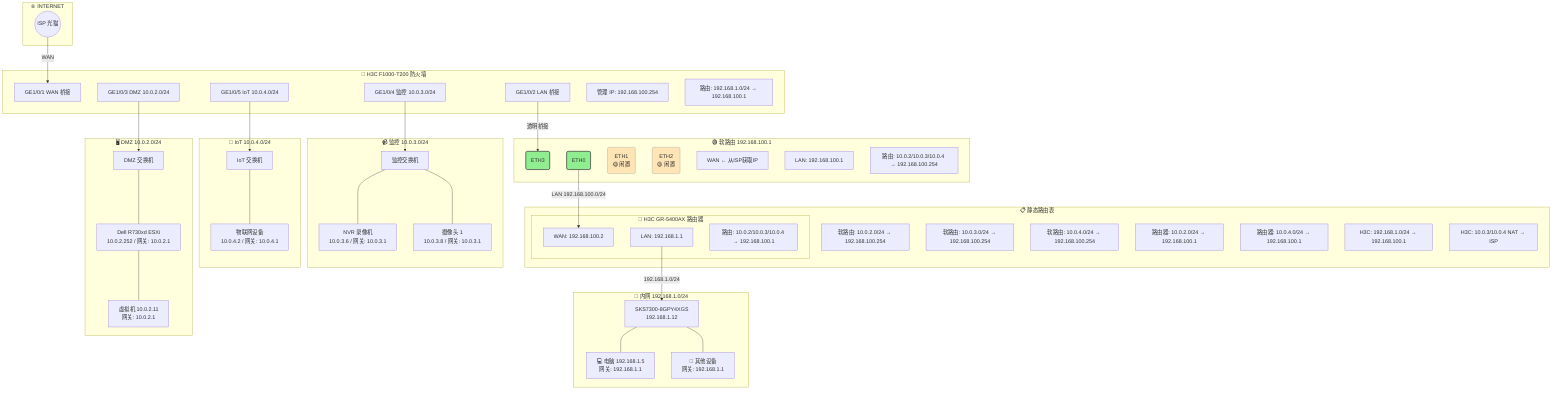
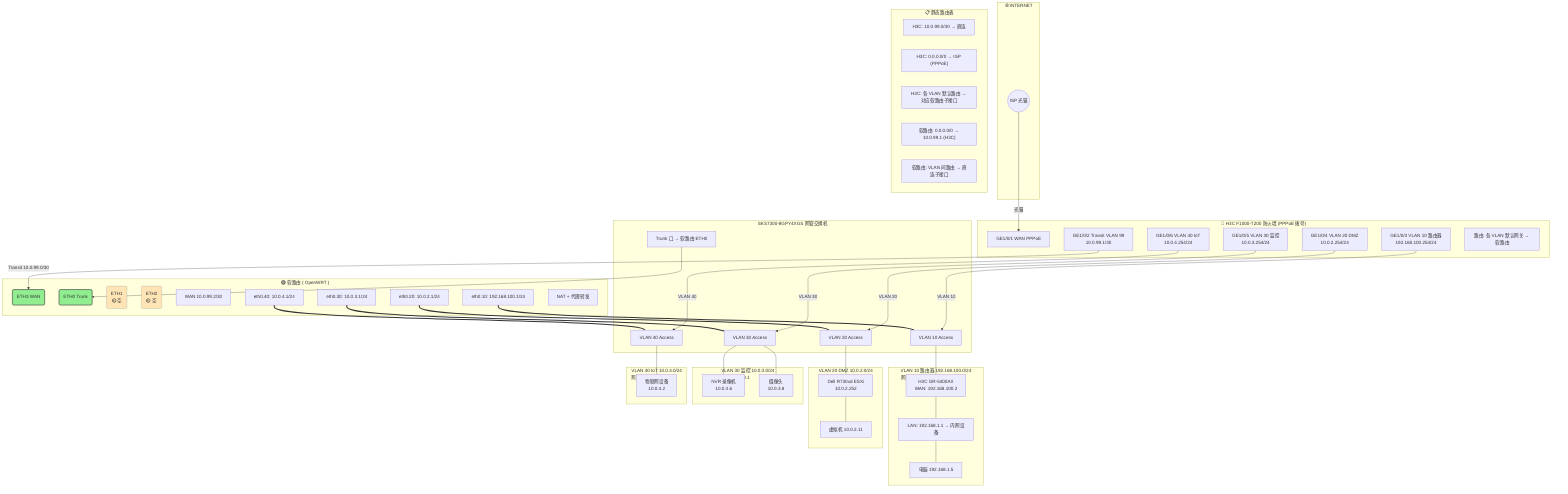
graph TB
    subgraph INTERNET["🌐 INTERNET"]
        ISP(("ISP 光猫"))
    end

-     subgraph FW["🔴 H3C F1000-T200 防火墙"]
-         GE1["GE1/0/1 WAN 桥接"]
-         GE2["GE1/0/2 LAN 桥接"]
-         GE3["GE1/0/3 DMZ 10.0.2.0/24"]
-         GE4["GE1/0/4 监控 10.0.3.0/24"]
-         GE5["GE1/0/5 IoT 10.0.4.0/24"]
-         MGMT["管理 IP: 192.168.100.254"]
-         FW_R["路由: 192.168.1.0/24 → 192.168.100.1"]
+     subgraph FW["🔴 H3C F1000-T200 防火墙 (PPPoE 拨号)"]
+         GE1["GE1/0/1 WAN PPPoE"]
+         GE2["GE1/0/2 Transit VLAN 99<br/>10.0.99.1/30"]
+         GE3["GE1/0/3 VLAN 10 路由器<br/>192.168.100.254/24"]
+         GE4["GE1/0/4 VLAN 20 DMZ<br/>10.0.2.254/24"]
+         GE5["GE1/0/5 VLAN 30 监控<br/>10.0.3.254/24"]
+         GE6["GE1/0/6 VLAN 40 IoT<br/>10.0.4.254/24"]
+         FW_R["路由: 各 VLAN 默认网关 → 软路由"]
    end

-     subgraph SR["🟢 软路由 192.168.100.1"]
-         ETH3("ETH3"):::port
-         ETH0("ETH0"):::port
-         ETH1("ETH1<br/>🟡 闲置"):::port_idle
-         ETH2("ETH2<br/>🟡 闲置"):::port_idle
-         SR_WAN["WAN ← 从ISP获取IP"]
-         SR_LAN["LAN: 192.168.100.1"]
-         SR_R["路由: 10.0.2/10.0.3/10.0.4 → 192.168.100.254"]
+     subgraph SR["🟢 软路由 ( OpenWRT )"]
+         ETH3("ETH3 WAN"):::port
+         ETH0("ETH0 Trunk"):::port
+         ETH1("ETH1<br/>🟡 空"):::port_idle
+         ETH2("ETH2<br/>🟡 空"):::port_idle
+         SR_WAN["WAN 10.0.99.2/30"]
+         SUB10["eth0.10: 192.168.100.1/24"]
+         SUB20["eth0.20: 10.0.2.1/24"]
+         SUB30["eth0.30: 10.0.3.1/24"]
+         SUB40["eth0.40: 10.0.4.1/24"]
+         SR_NAT["NAT + 代理转发"]
    end

-     subgraph R2["🔵 H3C GR-5400AX 路由器"]
-         R2_WAN["WAN: 192.168.100.2"]
-         R2_LAN["LAN: 192.168.1.1"]
-         R2_R["路由: 10.0.2/10.0.3/10.0.4 → 192.168.100.1"]
+     subgraph SW["SKS7300-8GPY4XGS 网管交换机"]
+         P_TRUNK["Trunk 口 → 软路由 ETH0"]
+         P10["VLAN 10 Access"]
+         P20["VLAN 20 Access"]
+         P30["VLAN 30 Access"]
+         P40["VLAN 40 Access"]
    end

-     subgraph LAN["📡 内网 192.168.1.0/24"]
-         SW["SKS7300-8GPY4XGS<br/>192.168.1.12"]
-         PC["💻 电脑 192.168.1.5<br/>网关: 192.168.1.1"]
-         OTHER["📱 其他设备<br/>网关: 192.168.1.1"]
+     subgraph VLAN10["VLAN 10 路由器 192.168.100.0/24<br/>网关: 192.168.100.1"]
+         R2["H3C GR-5400AX<br/>WAN: 192.168.100.2"]
+         R2_LAN["LAN: 192.168.1.1 → 内网设备"]
+         PC["电脑 192.168.1.5"]
    end

-     subgraph DMZ["🖥️ DMZ 10.0.2.0/24"]
-         DMZ_SW["DMZ 交换机"]
-         R730xd["Dell R730xd ESXi<br/>10.0.2.252 / 网关: 10.0.2.1"]
-         VM["虚拟机 10.0.2.11<br/>网关: 10.0.2.1"]
+     subgraph VLAN20["VLAN 20 DMZ 10.0.2.0/24<br/>网关: 10.0.2.1"]
+         R730xd["Dell R730xd ESXi<br/>10.0.2.252"]
+         VM["虚拟机 10.0.2.11"]
    end

-     subgraph SUR["📹 监控 10.0.3.0/24"]
-         SUR_SW["监控交换机"]
-         NVR["NVR 录像机<br/>10.0.3.6 / 网关: 10.0.3.1"]
-         CAM["摄像头 1<br/>10.0.3.8 / 网关: 10.0.3.1"]
+     subgraph VLAN30["VLAN 30 监控 10.0.3.0/24<br/>网关: 10.0.3.1"]
+         NVR["NVR 录像机<br/>10.0.3.6"]
+         CAM["摄像头<br/>10.0.3.8"]
    end

-     subgraph IOT["📶 IoT 10.0.4.0/24"]
-         IOT_SW["IoT 交换机"]
-         IOT_DEV["物联网设备<br/>10.0.4.2 / 网关: 10.0.4.1"]
+     subgraph VLAN40["VLAN 40 IoT 10.0.4.0/24<br/>网关: 10.0.4.1"]
+         IOT_DEV["物联网设备<br/>10.0.4.2"]
    end

-     ISP -->|"WAN"| GE1
-     GE2 -->|"透明桥接"| ETH3
-     ETH0 -->|"LAN 192.168.100.0/24"| R2_WAN
-     R2_LAN -->|"192.168.1.0/24"| SW
-     SW --- PC
-     SW --- OTHER
-     GE3 --> DMZ_SW
-     DMZ_SW --- R730xd
+     ISP -->|"光猫"| GE1
+     GE2 -->|"Transit 10.0.99.0/30"| ETH3
+     GE3 -->|"VLAN 10"| P10
+     GE4 -->|"VLAN 20"| P20
+     GE5 -->|"VLAN 30"| P30
+     GE6 -->|"VLAN 40"| P40
+     P_TRUNK --> ETH0
+ 
+     SUB10 === P10
+     P10 --- R2
+     R2 --- R2_LAN
+     R2_LAN --- PC
+     SUB20 === P20
+     P20 --- R730xd
    R730xd --- VM
-     GE4 --> SUR_SW
-     SUR_SW --- NVR
-     SUR_SW --- CAM
-     GE5 --> IOT_SW
-     IOT_SW --- IOT_DEV
+     SUB30 === P30
+     P30 --- NVR
+     P30 --- CAM
+     SUB40 === P40
+     P40 --- IOT_DEV

    subgraph ROUTES["📋 静态路由表"]
-         SR1["软路由: 10.0.2.0/24 → 192.168.100.254"]
-         SR2["软路由: 10.0.3.0/24 → 192.168.100.254"]
-         SR3["软路由: 10.0.4.0/24 → 192.168.100.254"]
-         R1["路由器: 10.0.2.0/24 → 192.168.100.1"]
-         R2["路由器: 10.0.3.0/24 → 192.168.100.1"]
-         R3["路由器: 10.0.4.0/24 → 192.168.100.1"]
-         H1["H3C: 192.168.1.0/24 → 192.168.100.1"]
-         H2["H3C: 10.0.3/10.0.4 NAT → ISP"]
+         F1["H3C: 10.0.99.0/30 → 直连"]
+         F2["H3C: 0.0.0.0/0 → ISP (PPPoE)"]
+         F3["H3C: 各 VLAN 默认路由 → 对应软路由子接口"]
+         S1["软路由: 0.0.0.0/0 → 10.0.99.1 (H3C)"]
+         S2["软路由: VLAN 间路由 → 直连子接口"]
    end

    classDef port fill:#90EE90,stroke:#333,stroke-width:2
    classDef port_idle fill:#FFE4B5,stroke:#999,stroke-width:1,dashed